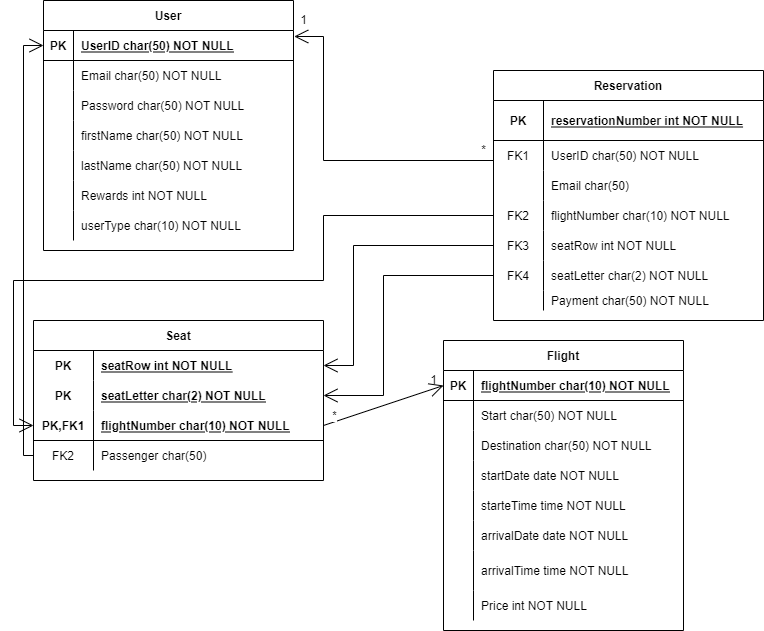
This is db_designs/Schema.drawio.png from gopinathsjsu/The-3-person-team, a draw.io export, as it was before one commit. Source tidied: cells renumbered, new cells last; positions are measured from the earlier drawing's top-left corner, leaving out a move shared by most shapes.
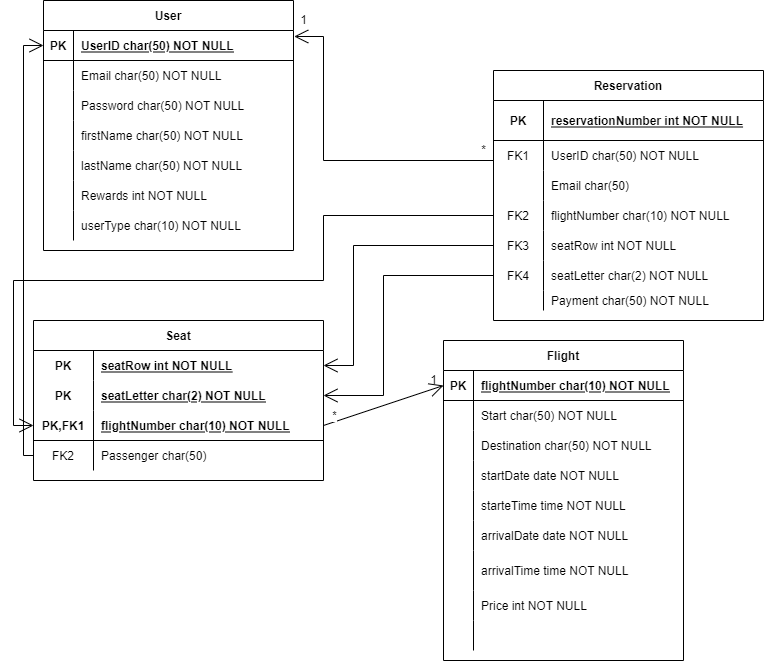
After the change.

Commit message:
added available seat number to flight

What changed in the source:
```diff
@@ -174,7 +174,7 @@
       <mxGeometry x="60" width="230" height="30" as="geometry" />
     </mxCell>
     <mxCell id="59" value="Flight" style="shape=table;startSize=30;rowLines=0;fontStyle=1;align=center;" parent="1" vertex="1">
-      <mxGeometry x="430" y="340" width="240" height="290" as="geometry" />
+      <mxGeometry x="430" y="340" width="240" height="320" as="geometry" />
     </mxCell>
     <mxCell id="60" style="shape=partialRectangle;fillColor=none;top=0;left=0;bottom=1;right=0;points=[[0,0.5],[1,0.5]];portConstraint=eastwest;" parent="59" vertex="1">
       <mxGeometry y="30" width="240" height="30" as="geometry" />
@@ -248,6 +248,15 @@
     <mxCell id="83" value="Price int NOT NULL" style="shape=partialRectangle;fillColor=none;top=0;left=0;bottom=0;right=0;align=left;spacingLeft=6;overflow=hidden;" parent="81" vertex="1">
       <mxGeometry x="30" width="210" height="30" as="geometry" />
     </mxCell>
+    <mxCell id="94" style="shape=partialRectangle;fillColor=none;top=0;left=0;bottom=0;right=0;" parent="59" vertex="1">
+      <mxGeometry y="280" width="240" height="30" as="geometry" />
+    </mxCell>
+    <mxCell id="95" style="shape=partialRectangle;fillColor=none;top=0;left=0;bottom=0;right=0;overflow=hidden;" parent="94" vertex="1">
+      <mxGeometry width="30" height="30" as="geometry" />
+    </mxCell>
+    <mxCell id="96" style="shape=partialRectangle;fillColor=none;top=0;left=0;bottom=0;right=0;align=left;spacingLeft=6;overflow=hidden;" parent="94" vertex="1">
+      <mxGeometry x="30" width="210" height="30" as="geometry" />
+    </mxCell>
     <mxCell id="84" style="endArrow=open;endFill=1;endSize=12;html=1;rounded=0;exitX=1;exitY=0.5;exitDx=0;exitDy=0;entryX=0;entryY=0.5;entryDx=0;entryDy=0;" parent="1" edge="1" source="53" target="60">
       <mxGeometry relative="1" as="geometry" />
     </mxCell>
```
